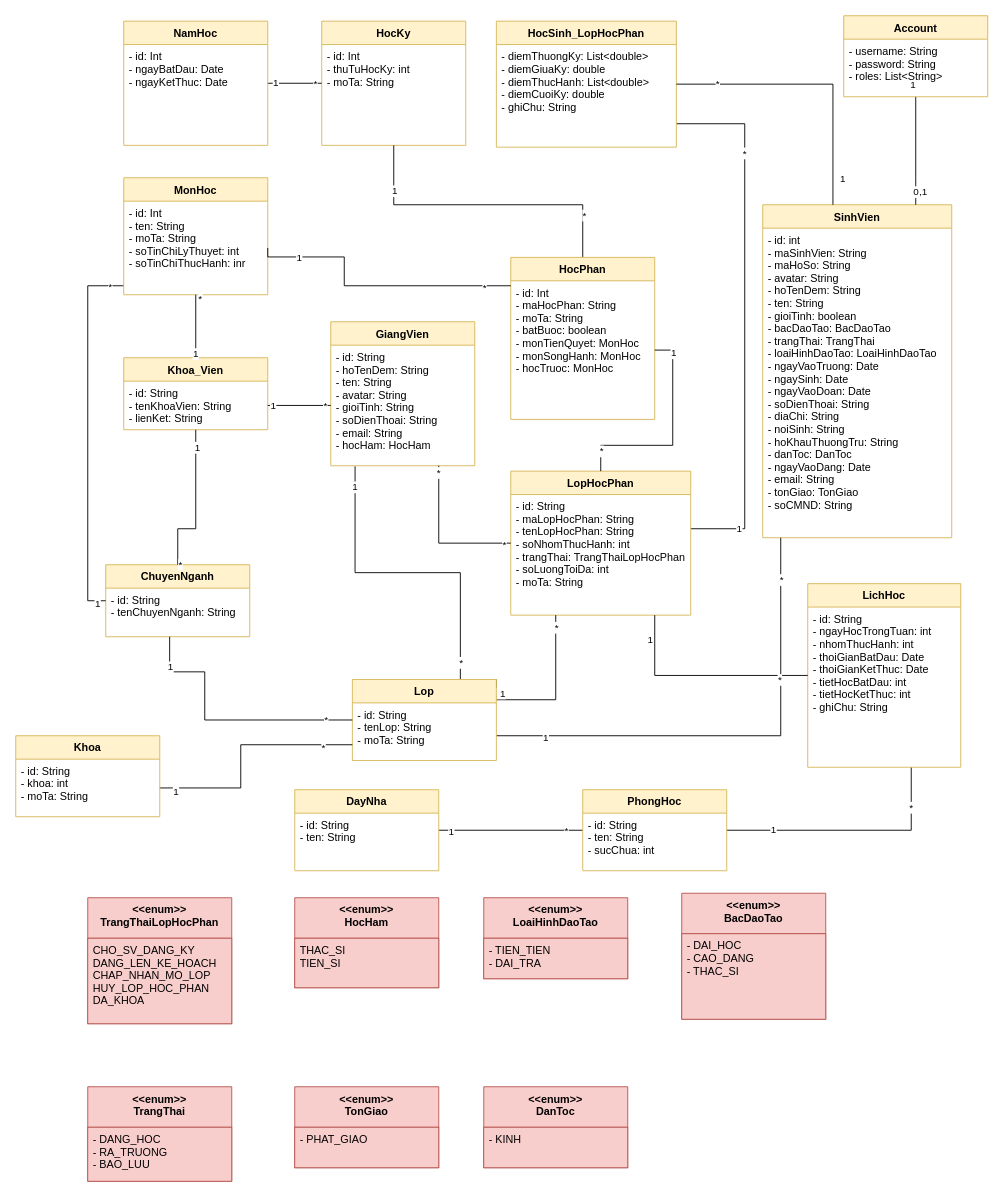
Above: CMN_Class.drawio in duchoan6814/Truong-Duc-Hoan (draw.io), before the change. Source tidied: cells renumbered, new cells numbered last; positions are measured from the earlier drawing's top-left corner, leaving out a move shared by most shapes. Both pictures are drawn from the tidied source at 90%, with x=0, y=0 at pixel (15, 15).
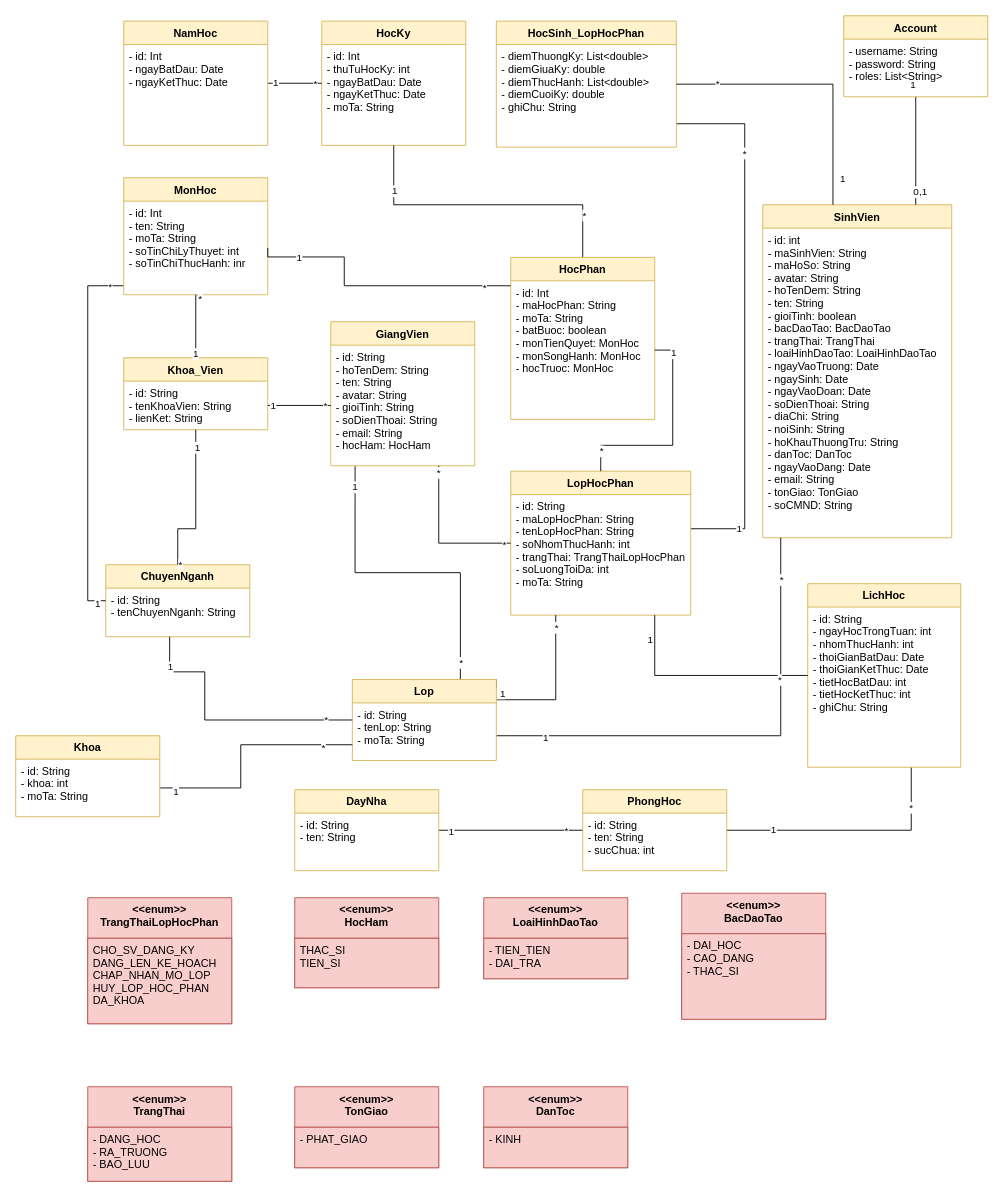
The same diagram, later.

The change refers to these unchanged cells:
```xml
<mxCell id="40" value="HocKy" style="swimlane;fontStyle=1;align=center;verticalAlign=top;horizontal=1;startSize=26;fillColor=#fff2cc;strokeColor=#d6b656;" parent="1" vertex="1">
  <mxGeometry x="340" y="6" width="160" height="138" as="geometry" />
</mxCell>
```

Change to the diagram source:
```diff
@@
-    <mxCell id="41" value="- id: Int&#10;- thuTuHocKy: int&#10;- moTa: String" style="text;strokeColor=none;fillColor=none;align=left;verticalAlign=top;spacingLeft=4;spacingRight=4;overflow=hidden;" parent="40" vertex="1">
+    <mxCell id="41" value="- id: Int&#10;- thuTuHocKy: int&#10;- ngayBatDau: Date&#10;- ngayKetThuc: Date&#10;- moTa: String" style="text;strokeColor=none;fillColor=none;align=left;verticalAlign=top;spacingLeft=4;spacingRight=4;overflow=hidden;" parent="40" vertex="1">
       <mxGeometry y="26" width="160" height="112" as="geometry" />
     </mxCell>
```
